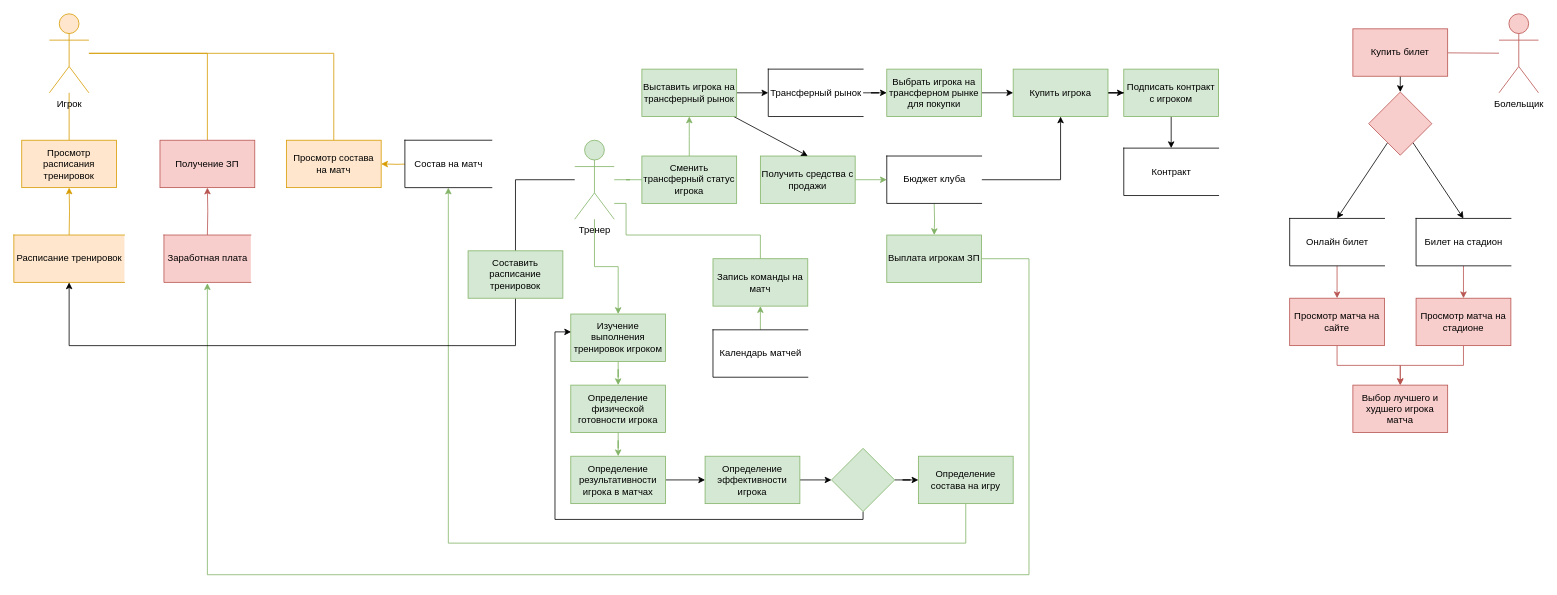
Earlier version of the draw.io diagram DFD Diagramm.drawio (Alexsander996/football). Source tidied: cells renumbered, new cells numbered last; positions are measured from the earlier drawing's top-left corner, leaving out a move shared by most shapes. Both pictures are drawn from the tidied source at 79%, with x=0, y=0 at pixel (13, 13).
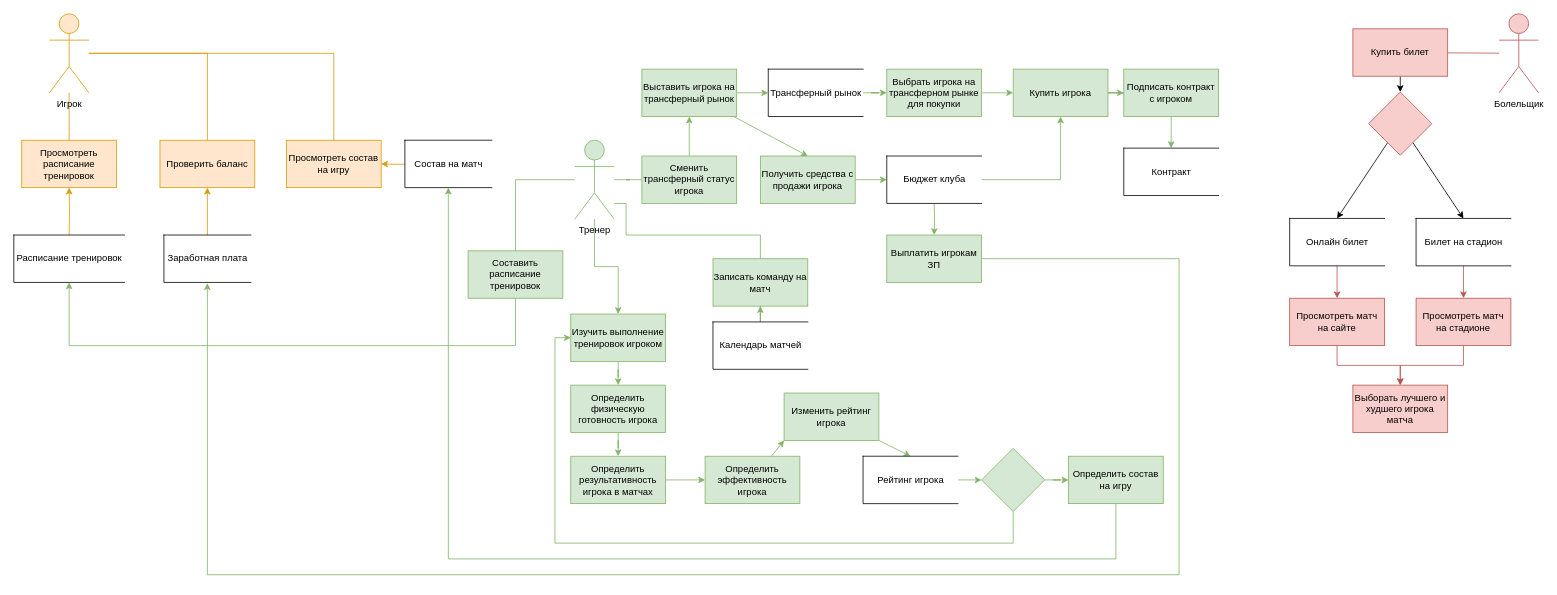
The same page after the edit.

The change refers to these unchanged cells:
```xml
<mxCell id="16" value="Тренер" style="shape=umlActor;verticalLabelPosition=bottom;verticalAlign=top;html=1;outlineConnect=0;fillColor=#d5e8d4;strokeColor=#82b366;" parent="1" vertex="1">
  <mxGeometry x="710" y="160" width="50" height="100" as="geometry" />
</mxCell>
<mxCell id="31" value="Подписать контракт с игроком" style="rounded=0;whiteSpace=wrap;html=1;fillColor=#d5e8d4;strokeColor=#82b366;" parent="1" vertex="1">
  <mxGeometry x="1405" y="70" width="120" height="60" as="geometry" />
</mxCell>
<mxCell id="48" value="Состав на матч" style="html=1;dashed=0;whitespace=wrap;shape=partialRectangle;right=0;" parent="1" vertex="1">
  <mxGeometry x="495" y="160" width="110" height="60" as="geometry" />
</mxCell>
<mxCell id="50" value="Бюджет клуба" style="html=1;dashed=0;whitespace=wrap;shape=partialRectangle;right=0;" parent="1" vertex="1">
  <mxGeometry x="1105" y="180" width="120" height="60" as="geometry" />
</mxCell>
<mxCell id="56" value="Контракт" style="html=1;dashed=0;whitespace=wrap;shape=partialRectangle;right=0;" parent="1" vertex="1">
  <mxGeometry x="1405" y="170" width="120" height="60" as="geometry" />
</mxCell>
<mxCell id="66" value="Выставить игрока на трансферный рынок&lt;br&gt;" style="rounded=0;whiteSpace=wrap;html=1;fillColor=#d5e8d4;strokeColor=#82b366;" parent="1" vertex="1">
  <mxGeometry x="795" y="70" width="120" height="60" as="geometry" />
</mxCell>
<mxCell id="68" value="Трансферный рынок" style="html=1;dashed=0;whitespace=wrap;shape=partialRectangle;right=0;" parent="1" vertex="1">
  <mxGeometry x="955" y="70" width="120" height="60" as="geometry" />
</mxCell>
<mxCell id="70" value="Купить игрока&lt;br&gt;" style="rounded=0;whiteSpace=wrap;html=1;fillColor=#d5e8d4;strokeColor=#82b366;" parent="1" vertex="1">
  <mxGeometry x="1265" y="70" width="120" height="60" as="geometry" />
</mxCell>
<mxCell id="72" value="Составить расписание тренировок" style="rounded=0;whiteSpace=wrap;html=1;fillColor=#d5e8d4;strokeColor=#82b366;" parent="1" vertex="1">
  <mxGeometry x="575" y="300" width="120" height="60" as="geometry" />
</mxCell>
<mxCell id="74" value="Выбрать игрока на трансферном рынке для покупки" style="rounded=0;whiteSpace=wrap;html=1;fillColor=#d5e8d4;strokeColor=#82b366;" parent="1" vertex="1">
  <mxGeometry x="1105" y="70" width="120" height="60" as="geometry" />
</mxCell>
```

The edit, as a diff of the source:
```diff
@@
-    <mxCell id="6" value="Просмотр расписания тренировок" style="rounded=0;whiteSpace=wrap;html=1;fillColor=#ffe6cc;strokeColor=#d79b00;" parent="1" vertex="1">
+    <mxCell id="6" value="Просмотреть расписание тренировок" style="rounded=0;whiteSpace=wrap;html=1;fillColor=#ffe6cc;strokeColor=#d79b00;" parent="1" vertex="1">
       <mxGeometry x="10" y="160" width="120" height="60" as="geometry" />
     </mxCell>
@@
-    <mxCell id="8" value="Получение ЗП" style="rounded=0;whiteSpace=wrap;html=1;fillColor=#f8cecc;strokeColor=#b85450;" parent="1" vertex="1">
+    <mxCell id="8" value="Проверить баланс" style="rounded=0;whiteSpace=wrap;html=1;fillColor=#ffe6cc;strokeColor=#d79b00;" parent="1" vertex="1">
       <mxGeometry x="185" y="160" width="120" height="60" as="geometry" />
     </mxCell>
-    <mxCell id="9" style="edgeStyle=orthogonalEdgeStyle;rounded=0;jettySize=auto;html=1;entryX=0.5;entryY=1;entryDx=0;entryDy=0;fillColor=#f8cecc;strokeColor=#b85450;" parent="1" edge="1" target="8">
-      <mxGeometry relative="1" as="geometry">
-        <mxPoint x="245" y="280" as="sourcePoint" />
-      </mxGeometry>
-    </mxCell>
-    <mxCell id="10" value="Просмотр состава на матч" style="rounded=0;whiteSpace=wrap;html=1;fillColor=#ffe6cc;strokeColor=#d79b00;" parent="1" vertex="1">
+    <mxCell id="10" value="Просмотреть состав на игру" style="rounded=0;whiteSpace=wrap;html=1;fillColor=#ffe6cc;strokeColor=#d79b00;" parent="1" vertex="1">
       <mxGeometry x="345" y="160" width="120" height="60" as="geometry" />
     </mxCell>
@@
-    <mxCell id="14" style="edgeStyle=orthogonalEdgeStyle;rounded=0;jettySize=auto;html=1;entryX=0.5;entryY=0;entryDx=0;entryDy=0;endArrow=none;endFill=0;" parent="1" edge="1" source="16" target="72">
+    <mxCell id="14" style="edgeStyle=orthogonalEdgeStyle;rounded=0;jettySize=auto;html=1;entryX=0.5;entryY=0;entryDx=0;entryDy=0;endArrow=none;endFill=0;fillColor=#d5e8d4;strokeColor=#82b366;" parent="1" edge="1" source="16" target="72">
       <mxGeometry relative="1" as="geometry" />
     </mxCell>
@@
-    <mxCell id="17" style="edgeStyle=orthogonalEdgeStyle;rounded=0;jettySize=auto;html=1;entryX=0;entryY=0.5;entryDx=0;entryDy=0;" parent="1" edge="1" source="18" target="39">
-      <mxGeometry relative="1" as="geometry" />
-    </mxCell>
+    <mxCell id="75" style="rounded=0;jettySize=auto;html=1;entryX=0;entryY=1;entryDx=0;entryDy=0;fillColor=#d5e8d4;strokeColor=#82b366;" parent="1" edge="1" source="18" target="79">
+      <mxGeometry relative="1" as="geometry" />
+    </mxCell>
-    <mxCell id="18" value="Определение эффективности игрока" style="rounded=0;whiteSpace=wrap;html=1;fillColor=#d5e8d4;strokeColor=#82b366;" parent="1" vertex="1">
+    <mxCell id="18" value="Определить эффективность игрока" style="rounded=0;whiteSpace=wrap;html=1;fillColor=#d5e8d4;strokeColor=#82b366;" parent="1" vertex="1">
       <mxGeometry x="875" y="560" width="120" height="60" as="geometry" />
     </mxCell>
-    <mxCell id="19" style="edgeStyle=orthogonalEdgeStyle;rounded=0;jettySize=auto;html=1;entryX=0.5;entryY=1;entryDx=0;entryDy=0;fillColor=#d5e8d4;strokeColor=#82b366;" parent="1" edge="1" source="20" target="48">
+    <mxCell id="19" style="edgeStyle=orthogonalEdgeStyle;rounded=0;jettySize=auto;html=1;entryX=0.5;entryY=1;entryDx=0;entryDy=0;elbow=vertical;fillColor=#d5e8d4;strokeColor=#82b366;" parent="1" edge="1" source="20" target="48">
       <mxGeometry relative="1" as="geometry">
         <Array as="points">
-          <mxPoint x="1205" y="670" />
-          <mxPoint x="550" y="670" />
+          <mxPoint x="1395" y="690" />
+          <mxPoint x="550" y="690" />
         </Array>
       </mxGeometry>
     </mxCell>
-    <mxCell id="20" value="Определение состава на игру" style="rounded=0;whiteSpace=wrap;html=1;fillColor=#d5e8d4;strokeColor=#82b366;" parent="1" vertex="1">
-      <mxGeometry x="1145" y="560" width="120" height="60" as="geometry" />
+    <mxCell id="20" value="Определить состав на игру" style="rounded=0;whiteSpace=wrap;html=1;fillColor=#d5e8d4;strokeColor=#82b366;" parent="1" vertex="1">
+      <mxGeometry x="1335" y="560" width="120" height="60" as="geometry" />
     </mxCell>
     <mxCell id="21" style="edgeStyle=orthogonalEdgeStyle;rounded=0;jettySize=auto;html=1;endArrow=classic;endFill=1;fillColor=#d5e8d4;strokeColor=#82b366;" parent="1" edge="1" source="22">
       <mxGeometry relative="1" as="geometry">
         <mxPoint x="245" y="341" as="targetPoint" />
         <Array as="points">
-          <mxPoint x="1285" y="310" />
-          <mxPoint x="1285" y="710" />
+          <mxPoint x="1475" y="310" />
+          <mxPoint x="1475" y="710" />
           <mxPoint x="245" y="710" />
-          <mxPoint x="245" y="341" />
         </Array>
       </mxGeometry>
     </mxCell>
-    <mxCell id="22" value="Выплата игрокам ЗП" style="rounded=0;whiteSpace=wrap;html=1;fillColor=#d5e8d4;strokeColor=#82b366;" parent="1" vertex="1">
+    <mxCell id="22" value="Выплатить игрокам ЗП" style="rounded=0;whiteSpace=wrap;html=1;fillColor=#d5e8d4;strokeColor=#82b366;" parent="1" vertex="1">
       <mxGeometry x="1105" y="280" width="120" height="60" as="geometry" />
     </mxCell>
-    <mxCell id="23" value="Запись команды на матч" style="rounded=0;whiteSpace=wrap;html=1;fillColor=#d5e8d4;strokeColor=#82b366;" parent="1" vertex="1">
+    <mxCell id="23" value="Записать команду на матч" style="rounded=0;whiteSpace=wrap;html=1;fillColor=#d5e8d4;strokeColor=#82b366;" parent="1" vertex="1">
       <mxGeometry x="885" y="310" width="120" height="60" as="geometry" />
     </mxCell>
@@
-    <mxCell id="25" value="Изучение выполнения тренировок игроком" style="rounded=0;whiteSpace=wrap;html=1;fillColor=#d5e8d4;strokeColor=#82b366;" parent="1" vertex="1">
+    <mxCell id="25" value="Изучить выполнение тренировок игроком" style="rounded=0;whiteSpace=wrap;html=1;fillColor=#d5e8d4;strokeColor=#82b366;" parent="1" vertex="1">
       <mxGeometry x="705" y="380" width="120" height="60" as="geometry" />
     </mxCell>
@@
-    <mxCell id="27" value="Определение физической готовности игрока" style="rounded=0;whiteSpace=wrap;html=1;fillColor=#d5e8d4;strokeColor=#82b366;" parent="1" vertex="1">
+    <mxCell id="27" value="Определить физическую готовность игрока" style="rounded=0;whiteSpace=wrap;html=1;fillColor=#d5e8d4;strokeColor=#82b366;" parent="1" vertex="1">
       <mxGeometry x="705" y="470" width="120" height="60" as="geometry" />
     </mxCell>
-    <mxCell id="28" style="edgeStyle=orthogonalEdgeStyle;rounded=0;jettySize=auto;html=1;entryX=0;entryY=0.5;entryDx=0;entryDy=0;" parent="1" edge="1" source="29" target="18">
+    <mxCell id="28" style="edgeStyle=orthogonalEdgeStyle;rounded=0;jettySize=auto;html=1;entryX=0;entryY=0.5;entryDx=0;entryDy=0;fillColor=#d5e8d4;strokeColor=#82b366;" parent="1" edge="1" source="29" target="18">
       <mxGeometry relative="1" as="geometry" />
     </mxCell>
-    <mxCell id="29" value="Определение результативности игрока в матчах" style="rounded=0;whiteSpace=wrap;html=1;fillColor=#d5e8d4;strokeColor=#82b366;" parent="1" vertex="1">
+    <mxCell id="29" value="Определить результативность игрока в матчах" style="rounded=0;whiteSpace=wrap;html=1;fillColor=#d5e8d4;strokeColor=#82b366;" parent="1" vertex="1">
       <mxGeometry x="705" y="560" width="120" height="60" as="geometry" />
     </mxCell>
-    <mxCell id="30" style="edgeStyle=orthogonalEdgeStyle;rounded=0;jettySize=auto;html=1;entryX=0.5;entryY=0;entryDx=0;entryDy=0;endArrow=classic;endFill=1;" parent="1" edge="1" source="31" target="56">
+    <mxCell id="30" style="edgeStyle=orthogonalEdgeStyle;rounded=0;jettySize=auto;html=1;entryX=0.5;entryY=0;entryDx=0;entryDy=0;endArrow=classic;endFill=1;fillColor=#d5e8d4;strokeColor=#82b366;" parent="1" edge="1" source="31" target="56">
       <mxGeometry relative="1" as="geometry" />
     </mxCell>
@@
-    <mxCell id="33" value="Сменить трансферный статус игрока&lt;br&gt;" style="rounded=0;whiteSpace=wrap;html=1;fillColor=#d5e8d4;strokeColor=#82b366;" parent="1" vertex="1">
+    <mxCell id="33" value="Сменить трансферный статус игрока" style="rounded=0;whiteSpace=wrap;html=1;fillColor=#d5e8d4;strokeColor=#82b366;" parent="1" vertex="1">
       <mxGeometry x="795" y="180" width="120" height="60" as="geometry" />
     </mxCell>
@@
-    <mxCell id="35" value="Получить средства с продажи" style="rounded=0;whiteSpace=wrap;html=1;fillColor=#d5e8d4;strokeColor=#82b366;" parent="1" vertex="1">
+    <mxCell id="35" value="Получить средства с продажи игрока" style="rounded=0;whiteSpace=wrap;html=1;fillColor=#d5e8d4;strokeColor=#82b366;" parent="1" vertex="1">
       <mxGeometry x="945" y="180" width="120" height="60" as="geometry" />
     </mxCell>
@@
+    <mxCell id="38" style="edgeStyle=orthogonalEdgeStyle;rounded=0;jettySize=auto;html=1;entryX=0;entryY=0.5;entryDx=0;entryDy=0;fillColor=#d5e8d4;strokeColor=#82b366;" parent="1" edge="1" source="39" target="20">
+      <mxGeometry relative="1" as="geometry" />
+    </mxCell>
-    <mxCell id="37" style="edgeStyle=orthogonalEdgeStyle;rounded=0;jettySize=auto;html=1;entryX=0.003;entryY=0.377;entryDx=0;entryDy=0;entryPerimeter=0;" parent="1" edge="1" source="39" target="25">
+    <mxCell id="37" style="edgeStyle=orthogonalEdgeStyle;rounded=0;jettySize=auto;html=1;entryX=0;entryY=0.5;entryDx=0;entryDy=0;elbow=vertical;fillColor=#d5e8d4;strokeColor=#82b366;" parent="1" edge="1" source="39" target="25">
       <mxGeometry relative="1" as="geometry">
         <Array as="points">
-          <mxPoint x="1075" y="640" />
-          <mxPoint x="685" y="640" />
-          <mxPoint x="685" y="403" />
+          <mxPoint x="1265" y="670" />
+          <mxPoint x="685" y="670" />
+          <mxPoint x="685" y="410" />
         </Array>
       </mxGeometry>
     </mxCell>
-    <mxCell id="38" style="edgeStyle=orthogonalEdgeStyle;rounded=0;jettySize=auto;html=1;entryX=0;entryY=0.5;entryDx=0;entryDy=0;" parent="1" edge="1" source="39" target="20">
-      <mxGeometry relative="1" as="geometry" />
-    </mxCell>
     <mxCell id="39" style="rhombus;whiteSpace=wrap;html=1;fillColor=#d5e8d4;strokeColor=#82b366;" parent="1" vertex="1">
-      <mxGeometry x="1035" y="550" width="80" height="80" as="geometry" />
+      <mxGeometry x="1225" y="550" width="80" height="80" as="geometry" />
     </mxCell>
-    <mxCell id="40" style="edgeStyle=orthogonalEdgeStyle;rounded=0;jettySize=auto;html=1;entryX=0.5;entryY=1;entryDx=0;entryDy=0;endArrow=classic;endFill=1;fillColor=#d5e8d4;strokeColor=#82b366;" parent="1" edge="1" target="23">
-      <mxGeometry relative="1" as="geometry">
-        <mxPoint x="945" y="400" as="sourcePoint" />
-      </mxGeometry>
-    </mxCell>
@@
-    <mxCell id="42" value="Просмотр матча на сайте" style="rounded=0;whiteSpace=wrap;html=1;fillColor=#f8cecc;strokeColor=#b85450;" parent="1" vertex="1">
+    <mxCell id="42" value="Просмотреть матч на сайте" style="rounded=0;whiteSpace=wrap;html=1;fillColor=#f8cecc;strokeColor=#b85450;" parent="1" vertex="1">
       <mxGeometry x="1615" y="360" width="120" height="60" as="geometry" />
     </mxCell>
@@
-    <mxCell id="44" value="Просмотр матча на стадионе" style="rounded=0;whiteSpace=wrap;html=1;fillColor=#f8cecc;strokeColor=#b85450;" parent="1" vertex="1">
+    <mxCell id="44" value="Просмотреть матч на стадионе" style="rounded=0;whiteSpace=wrap;html=1;fillColor=#f8cecc;strokeColor=#b85450;" parent="1" vertex="1">
       <mxGeometry x="1775" y="360" width="120" height="60" as="geometry" />
     </mxCell>
-    <mxCell id="45" value="Выбор лучшего и худшего игрока матча" style="rounded=0;whiteSpace=wrap;html=1;fillColor=#f8cecc;strokeColor=#b85450;" parent="1" vertex="1">
+    <mxCell id="45" value="Выборать лучшего и худшего игрока матча" style="rounded=0;whiteSpace=wrap;html=1;fillColor=#f8cecc;strokeColor=#b85450;" parent="1" vertex="1">
       <mxGeometry x="1695" y="470" width="120" height="60" as="geometry" />
     </mxCell>
+    <mxCell id="76" style="edgeStyle=orthogonalEdgeStyle;rounded=0;jettySize=auto;html=1;entryX=0.5;entryY=1;entryDx=0;entryDy=0;fillColor=#ffe6cc;strokeColor=#d79b00;" parent="1" edge="1" source="46" target="8">
+      <mxGeometry relative="1" as="geometry" />
+    </mxCell>
-    <mxCell id="46" value="Заработная плата" style="html=1;dashed=0;whitespace=wrap;shape=partialRectangle;right=0;fillColor=#f8cecc;strokeColor=#b85450;" parent="1" vertex="1">
+    <mxCell id="46" value="Заработная плата" style="html=1;dashed=0;whitespace=wrap;shape=partialRectangle;right=0;" parent="1" vertex="1">
       <mxGeometry x="190" y="280" width="110" height="60" as="geometry" />
     </mxCell>
-    <mxCell id="47" value="Расписание тренировок" style="html=1;dashed=0;whitespace=wrap;shape=partialRectangle;right=0;fillColor=#ffe6cc;strokeColor=#d79b00;" parent="1" vertex="1">
+    <mxCell id="47" value="Расписание тренировок" style="html=1;dashed=0;whitespace=wrap;shape=partialRectangle;right=0;" parent="1" vertex="1">
       <mxGeometry y="280" width="140" height="60" as="geometry" />
     </mxCell>
@@
-    <mxCell id="49" style="edgeStyle=orthogonalEdgeStyle;rounded=0;jettySize=auto;html=1;entryX=0.5;entryY=1;entryDx=0;entryDy=0;endArrow=classic;endFill=1;" parent="1" edge="1" source="50" target="70">
+    <mxCell id="49" style="edgeStyle=orthogonalEdgeStyle;rounded=0;jettySize=auto;html=1;entryX=0.5;entryY=1;entryDx=0;entryDy=0;endArrow=classic;endFill=1;fillColor=#d5e8d4;strokeColor=#82b366;" parent="1" edge="1" source="50" target="70">
       <mxGeometry relative="1" as="geometry" />
     </mxCell>
@@
+    <mxCell id="77" style="edgeStyle=orthogonalEdgeStyle;rounded=0;jettySize=auto;html=1;entryX=0.5;entryY=1;entryDx=0;entryDy=0;elbow=vertical;fillColor=#d5e8d4;strokeColor=#82b366;" parent="1" edge="1" source="51" target="23">
+      <mxGeometry relative="1" as="geometry" />
+    </mxCell>
     <mxCell id="51" value="Календарь матчей" style="html=1;dashed=0;whitespace=wrap;shape=partialRectangle;right=0;" parent="1" vertex="1">
-      <mxGeometry x="885" y="400" width="120" height="60" as="geometry" />
+      <mxGeometry x="885" y="390" width="120" height="60" as="geometry" />
     </mxCell>
@@
-    <mxCell id="64" style="edgeStyle=orthogonalEdgeStyle;rounded=0;jettySize=auto;html=1;entryX=0;entryY=0.5;entryDx=0;entryDy=0;" parent="1" edge="1" source="66" target="68">
+    <mxCell id="64" style="edgeStyle=orthogonalEdgeStyle;rounded=0;jettySize=auto;html=1;entryX=0;entryY=0.5;entryDx=0;entryDy=0;fillColor=#d5e8d4;strokeColor=#82b366;" parent="1" edge="1" source="66" target="68">
       <mxGeometry relative="1" as="geometry" />
     </mxCell>
-    <mxCell id="65" style="rounded=0;jettySize=auto;html=1;entryX=0.5;entryY=0;entryDx=0;entryDy=0;" parent="1" edge="1" source="66" target="35">
+    <mxCell id="65" style="rounded=0;jettySize=auto;html=1;entryX=0.5;entryY=0;entryDx=0;entryDy=0;fillColor=#d5e8d4;strokeColor=#82b366;" parent="1" edge="1" source="66" target="35">
       <mxGeometry relative="1" as="geometry" />
     </mxCell>
@@
-    <mxCell id="67" style="edgeStyle=orthogonalEdgeStyle;rounded=0;jettySize=auto;html=1;entryX=0;entryY=0.5;entryDx=0;entryDy=0;endArrow=classic;endFill=1;" parent="1" edge="1" source="68" target="74">
+    <mxCell id="67" style="edgeStyle=orthogonalEdgeStyle;rounded=0;jettySize=auto;html=1;entryX=0;entryY=0.5;entryDx=0;entryDy=0;endArrow=classic;endFill=1;fillColor=#d5e8d4;strokeColor=#82b366;" parent="1" edge="1" source="68" target="74">
       <mxGeometry relative="1" as="geometry" />
     </mxCell>
@@
-    <mxCell id="69" style="edgeStyle=orthogonalEdgeStyle;rounded=0;jettySize=auto;html=1;entryX=0;entryY=0.5;entryDx=0;entryDy=0;" parent="1" edge="1" source="70" target="31">
+    <mxCell id="69" style="edgeStyle=orthogonalEdgeStyle;rounded=0;jettySize=auto;html=1;entryX=0;entryY=0.5;entryDx=0;entryDy=0;fillColor=#d5e8d4;strokeColor=#82b366;" parent="1" edge="1" source="70" target="31">
       <mxGeometry relative="1" as="geometry" />
     </mxCell>
@@
-    <mxCell id="71" style="edgeStyle=orthogonalEdgeStyle;rounded=0;jettySize=auto;html=1;entryX=0.5;entryY=1;entryDx=0;entryDy=0;" parent="1" edge="1" source="72" target="47">
+    <mxCell id="71" style="edgeStyle=orthogonalEdgeStyle;rounded=0;jettySize=auto;html=1;entryX=0.5;entryY=1;entryDx=0;entryDy=0;fillColor=#d5e8d4;strokeColor=#82b366;" parent="1" edge="1" source="72" target="47">
       <mxGeometry relative="1" as="geometry">
         <Array as="points">
           <mxPoint x="635" y="420" />
           <mxPoint x="70" y="420" />
         </Array>
       </mxGeometry>
     </mxCell>
@@
-    <mxCell id="73" style="edgeStyle=orthogonalEdgeStyle;rounded=0;jettySize=auto;html=1;entryX=0;entryY=0.5;entryDx=0;entryDy=0;endArrow=classic;endFill=1;" parent="1" edge="1" source="74" target="70">
+    <mxCell id="73" style="edgeStyle=orthogonalEdgeStyle;rounded=0;jettySize=auto;html=1;entryX=0;entryY=0.5;entryDx=0;entryDy=0;endArrow=classic;endFill=1;fillColor=#d5e8d4;strokeColor=#82b366;" parent="1" edge="1" source="74" target="70">
       <mxGeometry relative="1" as="geometry" />
     </mxCell>
@@
+    <mxCell id="78" style="edgeStyle=none;rounded=0;jettySize=auto;html=1;entryX=0.5;entryY=0;entryDx=0;entryDy=0;fillColor=#d5e8d4;strokeColor=#82b366;" parent="1" edge="1" source="79" target="81">
+      <mxGeometry relative="1" as="geometry" />
+    </mxCell>
+    <mxCell id="79" value="Изменить рейтинг игрока" style="rounded=0;whiteSpace=wrap;html=1;fillColor=#d5e8d4;strokeColor=#82b366;" parent="1" vertex="1">
+      <mxGeometry x="975" y="480" width="120" height="60" as="geometry" />
+    </mxCell>
+    <mxCell id="80" style="edgeStyle=none;rounded=0;jettySize=auto;html=1;entryX=0;entryY=0.5;entryDx=0;entryDy=0;fillColor=#d5e8d4;strokeColor=#82b366;" parent="1" edge="1" source="81" target="39">
+      <mxGeometry relative="1" as="geometry" />
+    </mxCell>
+    <mxCell id="81" value="Рейтинг игрока" style="html=1;dashed=0;whitespace=wrap;shape=partialRectangle;right=0;" parent="1" vertex="1">
+      <mxGeometry x="1075" y="560" width="120" height="60" as="geometry" />
+    </mxCell>
```
